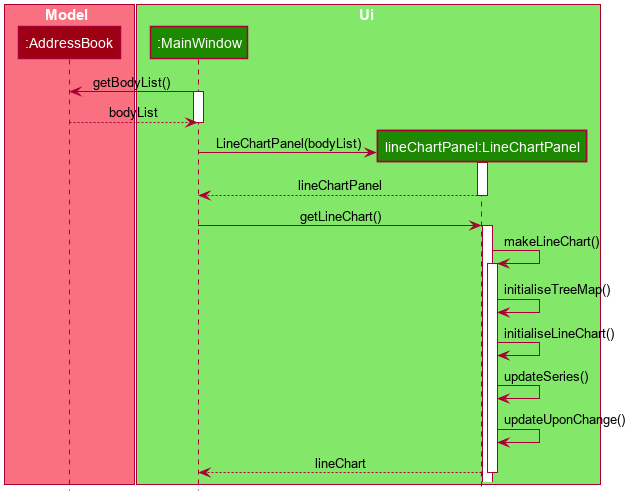
The PlantUML diagram images/LineChartAddBodySequenceDiagram.png in AY1920S1-CS2103T-T13-2/main, before a commit.
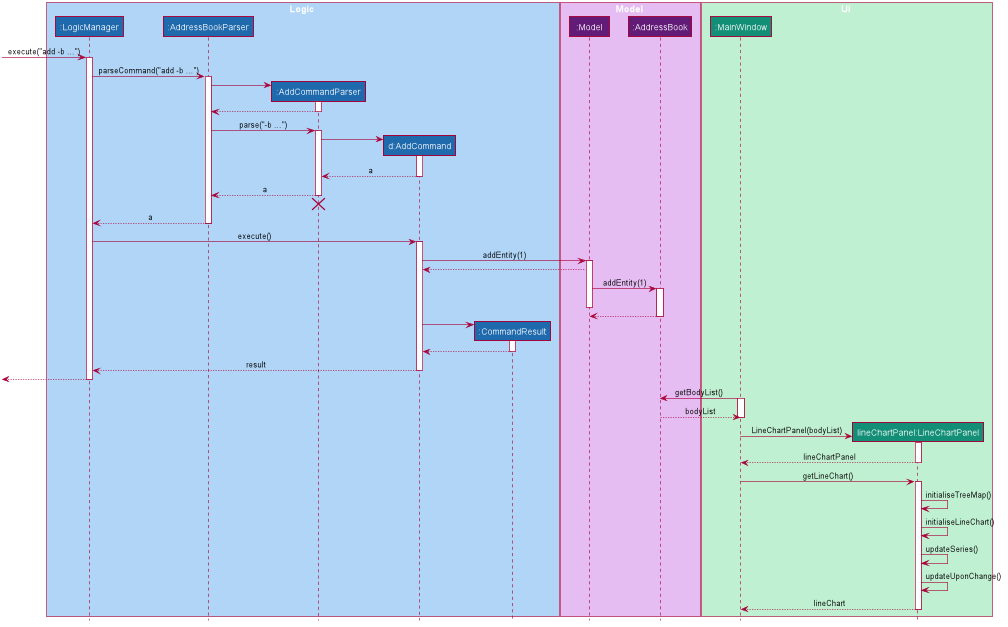
The same diagram one commit later.

Diff of the diagram source:
```diff
@@ -1,4 +1,7 @@
 @startuml
+
+
+
 
 
 
@@ -48,20 +51,86 @@
 hide members
 hide circle
 
-box Model #F97181
-participant ":AddressBook" as AddressBook #9D0012
+box Logic #b0d5f7
+participant ":LogicManager" as LogicManager #1f69ad
+participant ":AddressBookParser" as AddressBookParser #1f69ad
+participant ":AddCommandParser" as AddCommandParser #1f69ad
+participant "d:AddCommand" as AddCommand #1f69ad
+participant ":CommandResult" as CommandResult #1f69ad
 end box
 
-box Ui #83E769
-participant ":MainWindow" as MainWindow #1D8900
-participant "lineChartPanel:LineChartPanel" as LineChartPanel #1D8900
+box Model #e6bdf2
+participant ":Model" as Model #621c78
+participant ":AddressBook" as AddressBook #621c78
+end box
+
+box Ui #c0f0d2
+participant ":MainWindow" as MainWindow #148f77
+participant "lineChartPanel:LineChartPanel" as LineChartPanel #148f77
 
 end box
 
+[-> LogicManager : execute("add -b ...")
+activate LogicManager
+
+LogicManager -> AddressBookParser : parseCommand("add -b ...")
+activate AddressBookParser
+
+create AddCommandParser
+AddressBookParser -> AddCommandParser
+activate AddCommandParser
+
+AddCommandParser --> AddressBookParser
+deactivate AddCommandParser
+
+AddressBookParser -> AddCommandParser : parse("-b ...")
+activate AddCommandParser
+
+create AddCommand
+AddCommandParser -> AddCommand
+activate AddCommand
+
+AddCommand --> AddCommandParser : a
+deactivate AddCommand
+
+AddCommandParser --> AddressBookParser : a
+deactivate AddCommandParser
+AddCommandParser -[hidden]-> AddressBookParser
+destroy AddCommandParser
+
+AddressBookParser --> LogicManager : a
+deactivate AddressBookParser
+
+LogicManager -> AddCommand : execute()
+activate AddCommand
+
+AddCommand -> Model : addEntity(1)
+activate Model
+
+Model --> AddCommand
+
+Model -> AddressBook : addEntity(1)
+activate AddressBook
+deactivate Model
+
+AddressBook --> Model
+deactivate AddressBook
+
+create CommandResult
+AddCommand -> CommandResult
+activate CommandResult
+
+CommandResult --> AddCommand
+deactivate CommandResult
+
+AddCommand --> LogicManager : result
+deactivate AddCommand
+
+[<--LogicManager
+deactivate LogicManager
+
 MainWindow -> AddressBook : getBodyList()
 activate MainWindow
-
-
 AddressBook --> MainWindow : bodyList
 deactivate MainWindow
 
@@ -75,11 +144,6 @@
 MainWindow -> LineChartPanel : getLineChart()
 activate LineChartPanel
 
-activate LineChartPanel
-
-LineChartPanel -> LineChartPanel: makeLineChart()
-
-activate LineChartPanel
 LineChartPanel -> LineChartPanel: initialiseTreeMap()
 
 LineChartPanel -> LineChartPanel: initialiseLineChart()
```
